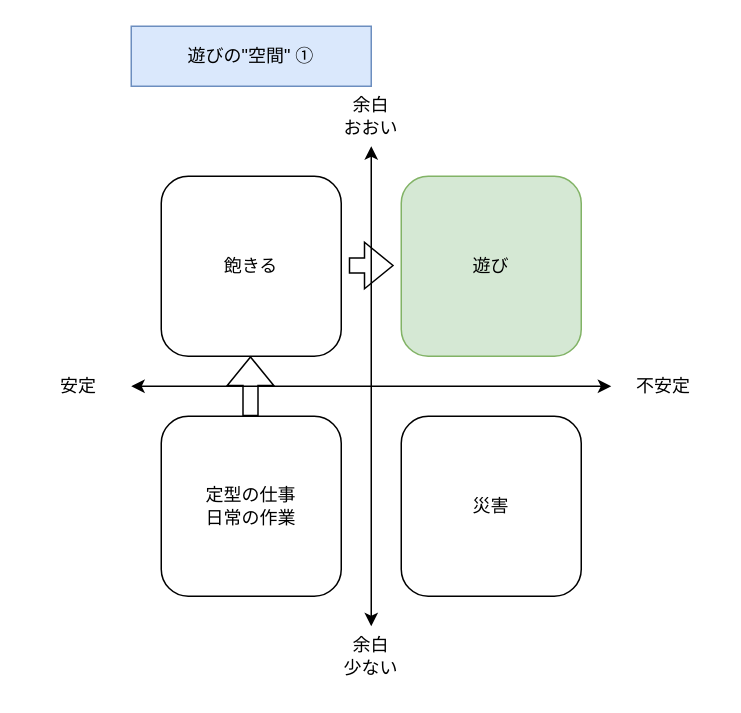
YossyIto/booklog_drowio keeps this draw.io diagram as qiita_asobi_1.drawio. Above is the earlier version. Source tidied: cells renumbered, new cells numbered last; positions are measured from the earlier drawing's top-left corner, leaving out a move shared by most shapes. Both pictures are drawn from the tidied source at 150%, with x=0, y=0 at pixel (26, 26).
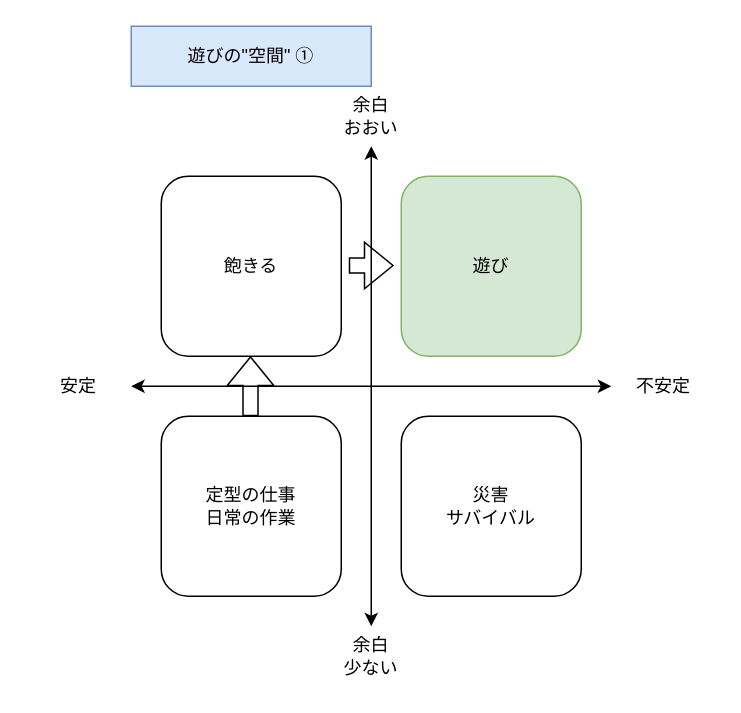
Above is the later version.

Commit message (it also covers changes not shown here):
qiita_asobi_1.drawio を更新します

What changed in the source:
```diff
@@
 <mxGraphModel>
   <root>
     <mxCell id="0" />
     <mxCell id="1" parent="0" />
     <mxCell id="2" value="遊びの&quot;空間&quot; ①" style="text;html=1;align=center;verticalAlign=middle;whiteSpace=wrap;rounded=0;fillColor=#dae8fc;strokeColor=#6c8ebf;" parent="1" vertex="1">
       <mxGeometry x="70" width="160" height="40" as="geometry" />
     </mxCell>
     <mxCell id="3" value="安定" style="text;html=1;align=center;verticalAlign=middle;whiteSpace=wrap;rounded=0;" parent="1" vertex="1">
       <mxGeometry y="220" width="70" height="40" as="geometry" />
     </mxCell>
     <mxCell id="4" style="endArrow=classic;startArrow=classic;html=1;rounded=0;" parent="1" edge="1">
       <mxGeometry relative="1" as="geometry">
         <mxPoint x="70" y="240" as="sourcePoint" />
         <mxPoint x="390" y="240" as="targetPoint" />
       </mxGeometry>
     </mxCell>
     <mxCell id="5" value="不安定" style="text;html=1;align=center;verticalAlign=middle;whiteSpace=wrap;rounded=0;" parent="1" vertex="1">
       <mxGeometry x="390" y="220" width="70" height="40" as="geometry" />
     </mxCell>
     <mxCell id="6" style="endArrow=classic;startArrow=classic;html=1;rounded=0;" parent="1" edge="1">
       <mxGeometry relative="1" as="geometry">
         <mxPoint x="230" y="80" as="sourcePoint" />
         <mxPoint x="230" y="400" as="targetPoint" />
       </mxGeometry>
     </mxCell>
     <mxCell id="7" value="余白&lt;div&gt;おおい&lt;/div&gt;" style="text;html=1;align=center;verticalAlign=middle;whiteSpace=wrap;rounded=0;" parent="1" vertex="1">
       <mxGeometry x="190" y="40" width="80" height="40" as="geometry" />
     </mxCell>
     <mxCell id="8" value="余白&lt;div&gt;少ない&lt;/div&gt;" style="text;html=1;align=center;verticalAlign=middle;whiteSpace=wrap;rounded=0;" parent="1" vertex="1">
       <mxGeometry x="190" y="400" width="80" height="40" as="geometry" />
     </mxCell>
     <mxCell id="9" value="飽きる" style="rounded=1;whiteSpace=wrap;html=1;" parent="1" vertex="1">
       <mxGeometry x="90" y="100" width="120" height="120" as="geometry" />
     </mxCell>
     <mxCell id="10" value="遊び" style="rounded=1;whiteSpace=wrap;html=1;fillColor=#d5e8d4;strokeColor=#82b366;" parent="1" vertex="1">
       <mxGeometry x="250" y="100" width="120" height="120" as="geometry" />
     </mxCell>
     <mxCell id="11" value="定型の仕事&lt;div&gt;日常の作業&lt;/div&gt;" style="rounded=1;whiteSpace=wrap;html=1;" parent="1" vertex="1">
       <mxGeometry x="90" y="260" width="120" height="120" as="geometry" />
     </mxCell>
-    <mxCell id="12" value="災害" style="rounded=1;whiteSpace=wrap;html=1;" parent="1" vertex="1">
+    <mxCell id="12" value="災害&lt;div&gt;サバイバル&lt;/div&gt;" style="rounded=1;whiteSpace=wrap;html=1;" parent="1" vertex="1">
       <mxGeometry x="250" y="260" width="120" height="120" as="geometry" />
     </mxCell>
     <mxCell id="13" style="shape=flexArrow;endArrow=classic;html=1;rounded=0;" parent="1" edge="1">
       <mxGeometry relative="1" as="geometry">
         <mxPoint x="149.5" y="260" as="sourcePoint" />
         <mxPoint x="149.5" y="220" as="targetPoint" />
       </mxGeometry>
     </mxCell>
     <mxCell id="14" style="shape=flexArrow;endArrow=classic;html=1;rounded=0;" parent="1" edge="1">
       <mxGeometry relative="1" as="geometry">
         <mxPoint x="215" y="159.5" as="sourcePoint" />
         <mxPoint x="245" y="159.5" as="targetPoint" />
       </mxGeometry>
     </mxCell>
   </root>
 </mxGraphModel>
```
